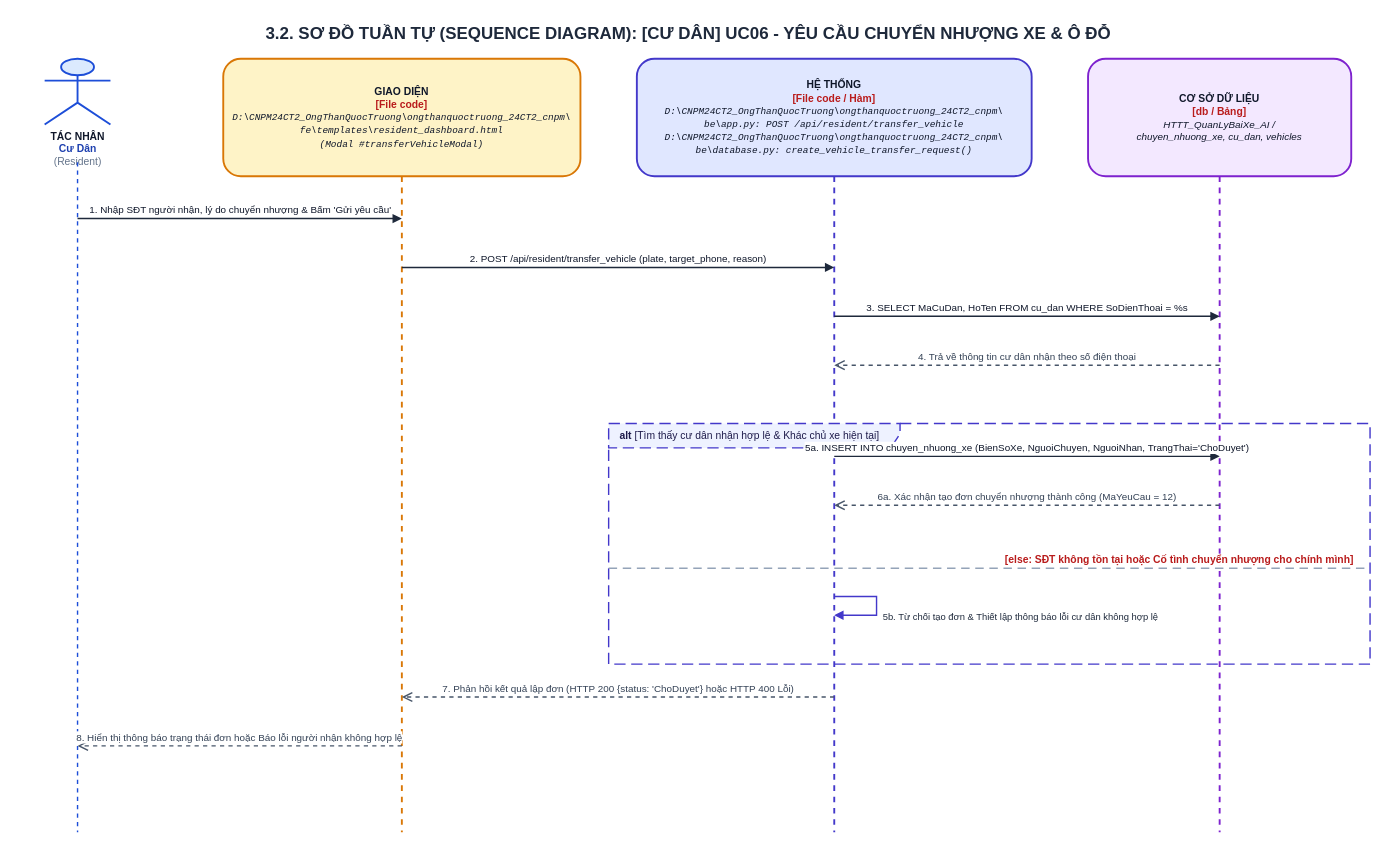
This is ongthanquoctruong_24CT2_cnpm/docs/drawio/uc06_resident_transfer_request.drawio from Truong027/CNPM24, a draw.io file, before an edit. Source tidied: cells renumbered, new cells numbered last; positions are measured from the earlier drawing's top-left corner, leaving out a move shared by most shapes. Both pictures are drawn from the tidied source at 94%, with x=0, y=0 at pixel (16, 16).
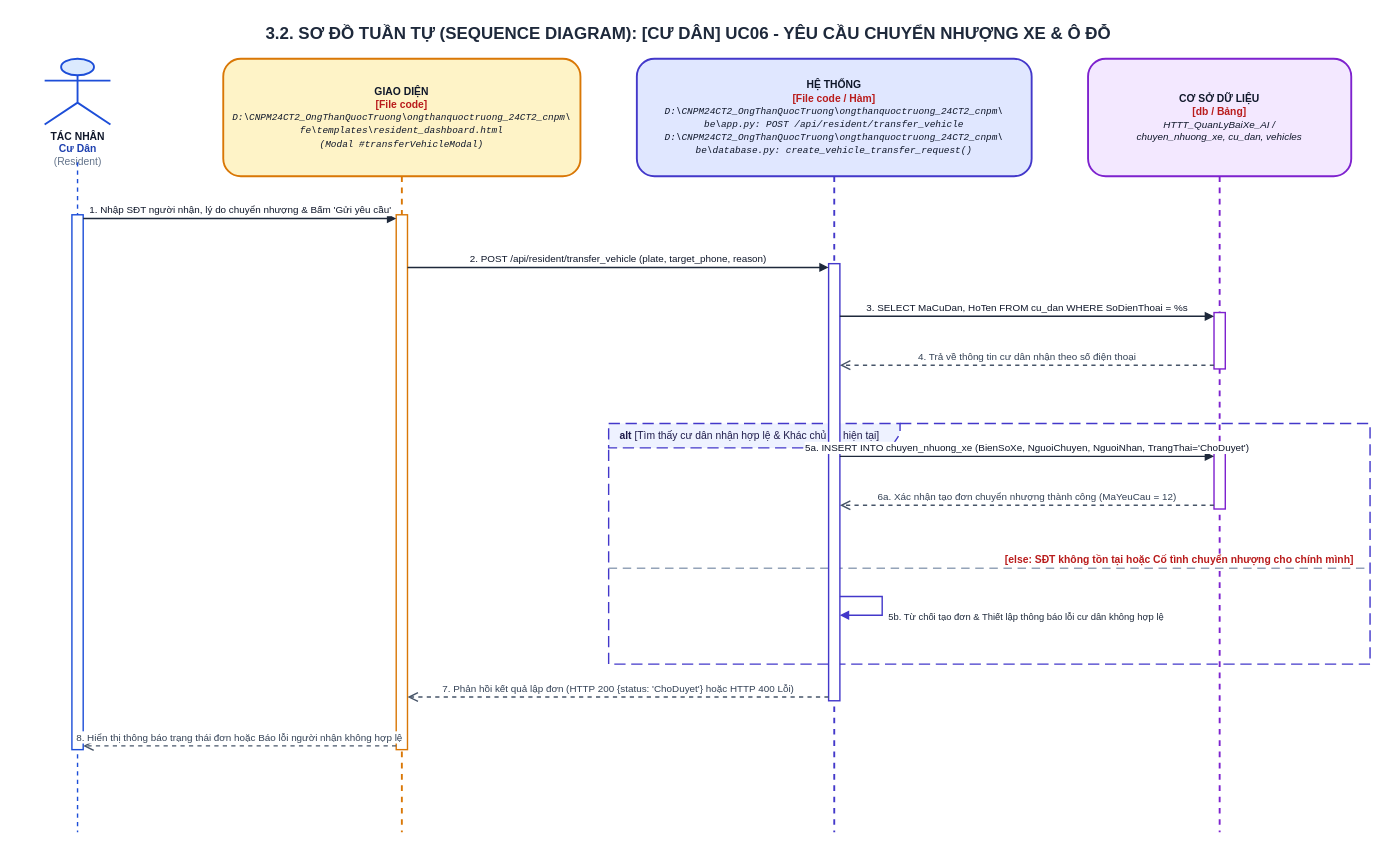
Above is the later version.

The edit, as a diff of the source:
```diff
@@
+    <mxCell id="12" value="&lt;b&gt;alt&lt;/b&gt; [Tìm thấy cư dân nhận hợp lệ &amp; Khác chủ xe hiện tại]" style="shape=umlFrame;whiteSpace=wrap;html=1;width=310;height=26;dashed=1;dashPattern=8 4;strokeColor=#4338CA;fillColor=#EEF2FF;strokeWidth=1.5;align=left;spacingLeft=10;verticalAlign=top;fontStyle=0;fontSize=11;fontColor=#1E1B4B;" parent="1" vertex="1">
+      <mxGeometry x="630" y="433" width="810" height="256" as="geometry" />
+    </mxCell>
+    <mxCell id="15" value="&lt;b&gt;[else: SĐT không tồn tại hoặc Cố tình chuyển nhượng cho chính mình]&lt;/b&gt;" style="html=1;strokeWidth=1.5;strokeColor=#94A3B8;dashed=1;dashPattern=6 4;endArrow=none;align=left;verticalAlign=bottom;spacingLeft=15;fontColor=#B91C1C;fontSize=11;fontStyle=0;" parent="1" edge="1">
+      <mxGeometry relative="1" as="geometry">
+        <mxPoint x="630" y="587" as="sourcePoint" />
+        <mxPoint x="1440" y="587" as="targetPoint" />
+      </mxGeometry>
+    </mxCell>
+    <mxCell id="19" style="html=1;perimeter=orthogonalPerimeter;targetShapes=umlLifeline;topToBottom=1;fillColor=#FFFFFF;strokeColor=#1D4ED8;strokeWidth=1.5;rounded=0;" parent="1" vertex="1">
+      <mxGeometry x="59" y="211" width="12" height="569" as="geometry" />
+    </mxCell>
+    <mxCell id="20" style="html=1;perimeter=orthogonalPerimeter;targetShapes=umlLifeline;topToBottom=1;fillColor=#FFFFFF;strokeColor=#D97706;strokeWidth=1.5;rounded=0;" parent="1" vertex="1">
+      <mxGeometry x="404" y="211" width="12" height="569" as="geometry" />
+    </mxCell>
+    <mxCell id="21" style="html=1;perimeter=orthogonalPerimeter;targetShapes=umlLifeline;topToBottom=1;fillColor=#FFFFFF;strokeColor=#4338CA;strokeWidth=1.5;rounded=0;" parent="1" vertex="1">
+      <mxGeometry x="864" y="263" width="12" height="465" as="geometry" />
+    </mxCell>
+    <mxCell id="22" style="html=1;perimeter=orthogonalPerimeter;targetShapes=umlLifeline;topToBottom=1;fillColor=#FFFFFF;strokeColor=#7E22CE;strokeWidth=1.5;rounded=0;" parent="1" vertex="1">
+      <mxGeometry x="1274" y="315" width="12" height="60" as="geometry" />
+    </mxCell>
+    <mxCell id="23" style="html=1;perimeter=orthogonalPerimeter;targetShapes=umlLifeline;topToBottom=1;fillColor=#FFFFFF;strokeColor=#7E22CE;strokeWidth=1.5;rounded=0;" parent="1" vertex="1">
+      <mxGeometry x="1274" y="464" width="12" height="60" as="geometry" />
+    </mxCell>
     <mxCell id="8" value="1. Nhập SĐT người nhận, lý do chuyển nhượng &amp; Bấm 'Gửi yêu cầu'" style="html=1;verticalAlign=bottom;endArrow=block;rounded=0;strokeColor=#1E293B;strokeWidth=1.5;fontColor=#0F172A;fontSize=10.5;" parent="1" edge="1">
       <mxGeometry relative="1" as="geometry">
-        <mxPoint x="65" y="215" as="sourcePoint" />
-        <mxPoint x="410" y="215" as="targetPoint" />
+        <mxPoint x="71" y="215" as="sourcePoint" />
+        <mxPoint x="404" y="215" as="targetPoint" />
       </mxGeometry>
     </mxCell>
     <mxCell id="9" value="2. POST /api/resident/transfer_vehicle (plate, target_phone, reason)" style="html=1;verticalAlign=bottom;endArrow=block;rounded=0;strokeColor=#1E293B;strokeWidth=1.5;fontColor=#0F172A;fontSize=10.5;" parent="1" edge="1">
       <mxGeometry relative="1" as="geometry">
-        <mxPoint x="410" y="267" as="sourcePoint" />
-        <mxPoint x="870" y="267" as="targetPoint" />
+        <mxPoint x="416" y="267" as="sourcePoint" />
+        <mxPoint x="864" y="267" as="targetPoint" />
       </mxGeometry>
     </mxCell>
     <mxCell id="10" value="3. SELECT MaCuDan, HoTen FROM cu_dan WHERE SoDienThoai = %s" style="html=1;verticalAlign=bottom;endArrow=block;rounded=0;strokeColor=#1E293B;strokeWidth=1.5;fontColor=#0F172A;fontSize=10.5;" parent="1" edge="1">
       <mxGeometry relative="1" as="geometry">
-        <mxPoint x="870" y="319" as="sourcePoint" />
-        <mxPoint x="1280" y="319" as="targetPoint" />
+        <mxPoint x="876" y="319" as="sourcePoint" />
+        <mxPoint x="1274" y="319" as="targetPoint" />
       </mxGeometry>
     </mxCell>
     <mxCell id="11" value="4. Trả về thông tin cư dân nhận theo số điện thoại" style="html=1;verticalAlign=bottom;endArrow=open;dashed=1;endSize=8;rounded=0;strokeColor=#475569;strokeWidth=1.5;fontColor=#334155;fontSize=10.5;" parent="1" edge="1">
       <mxGeometry relative="1" as="geometry">
-        <mxPoint x="1280" y="371" as="sourcePoint" />
-        <mxPoint x="870" y="371" as="targetPoint" />
+        <mxPoint x="1274" y="371" as="sourcePoint" />
+        <mxPoint x="876" y="371" as="targetPoint" />
       </mxGeometry>
     </mxCell>
-    <mxCell id="12" value="&lt;b&gt;alt&lt;/b&gt; [Tìm thấy cư dân nhận hợp lệ &amp; Khác chủ xe hiện tại]" style="shape=umlFrame;whiteSpace=wrap;html=1;width=310;height=26;dashed=1;dashPattern=8 4;strokeColor=#4338CA;fillColor=#EEF2FF;strokeWidth=1.5;align=left;spacingLeft=10;verticalAlign=top;fontStyle=0;fontSize=11;fontColor=#1E1B4B;" parent="1" vertex="1">
-      <mxGeometry x="630" y="433" width="810" height="256" as="geometry" />
-    </mxCell>
     <mxCell id="13" value="5a. INSERT INTO chuyen_nhuong_xe (BienSoXe, NguoiChuyen, NguoiNhan, TrangThai='ChoDuyet')" style="html=1;verticalAlign=bottom;endArrow=block;rounded=0;strokeColor=#1E293B;strokeWidth=1.5;fontColor=#0F172A;fontSize=10.5;" parent="1" edge="1">
       <mxGeometry relative="1" as="geometry">
-        <mxPoint x="870" y="468" as="sourcePoint" />
-        <mxPoint x="1280" y="468" as="targetPoint" />
+        <mxPoint x="876" y="468" as="sourcePoint" />
+        <mxPoint x="1274" y="468" as="targetPoint" />
       </mxGeometry>
     </mxCell>
     <mxCell id="14" value="6a. Xác nhận tạo đơn chuyển nhượng thành công (MaYeuCau = 12)" style="html=1;verticalAlign=bottom;endArrow=open;dashed=1;endSize=8;rounded=0;strokeColor=#475569;strokeWidth=1.5;fontColor=#334155;fontSize=10.5;" parent="1" edge="1">
       <mxGeometry relative="1" as="geometry">
-        <mxPoint x="1280" y="520" as="sourcePoint" />
-        <mxPoint x="870" y="520" as="targetPoint" />
+        <mxPoint x="1274" y="520" as="sourcePoint" />
+        <mxPoint x="876" y="520" as="targetPoint" />
       </mxGeometry>
     </mxCell>
-    <mxCell id="15" value="&lt;b&gt;[else: SĐT không tồn tại hoặc Cố tình chuyển nhượng cho chính mình]&lt;/b&gt;" style="html=1;strokeWidth=1.5;strokeColor=#94A3B8;dashed=1;dashPattern=6 4;endArrow=none;align=left;verticalAlign=bottom;spacingLeft=15;fontColor=#B91C1C;fontSize=11;fontStyle=0;" parent="1" edge="1">
-      <mxGeometry relative="1" as="geometry">
-        <mxPoint x="630" y="587" as="sourcePoint" />
-        <mxPoint x="1440" y="587" as="targetPoint" />
-      </mxGeometry>
-    </mxCell>
     <mxCell id="16" value="5b. Từ chối tạo đơn &amp; Thiết lập thông báo lỗi cư dân không hợp lệ" style="html=1;align=left;spacingLeft=5;verticalAlign=top;endArrow=block;rounded=0;edgeStyle=orthogonalEdgeStyle;curved=0;strokeColor=#4338CA;strokeWidth=1.5;fontColor=#1E293B;fontSize=10;" parent="1" edge="1">
       <mxGeometry relative="1" as="geometry">
-        <mxPoint x="870" y="617" as="sourcePoint" />
-        <mxPoint x="870" y="637" as="targetPoint" />
+        <mxPoint x="876" y="617" as="sourcePoint" />
+        <mxPoint x="876" y="637" as="targetPoint" />
         <Array as="points">
-          <mxPoint x="915" y="617" />
-          <mxPoint x="915" y="637" />
+          <mxPoint x="921" y="617" />
+          <mxPoint x="921" y="637" />
         </Array>
       </mxGeometry>
     </mxCell>
     <mxCell id="17" value="7. Phản hồi kết quả lập đơn (HTTP 200 {status: 'ChoDuyet'} hoặc HTTP 400 Lỗi)" style="html=1;verticalAlign=bottom;endArrow=open;dashed=1;endSize=8;rounded=0;strokeColor=#475569;strokeWidth=1.5;fontColor=#334155;fontSize=10.5;" parent="1" edge="1">
       <mxGeometry relative="1" as="geometry">
-        <mxPoint x="870" y="724" as="sourcePoint" />
-        <mxPoint x="410" y="724" as="targetPoint" />
+        <mxPoint x="864" y="724" as="sourcePoint" />
+        <mxPoint x="416" y="724" as="targetPoint" />
       </mxGeometry>
     </mxCell>
     <mxCell id="18" value="8. Hiển thị thông báo trạng thái đơn hoặc Báo lỗi người nhận không hợp lệ" style="html=1;verticalAlign=bottom;endArrow=open;dashed=1;endSize=8;rounded=0;strokeColor=#475569;strokeWidth=1.5;fontColor=#334155;fontSize=10.5;" parent="1" edge="1">
       <mxGeometry relative="1" as="geometry">
-        <mxPoint x="410" y="776" as="sourcePoint" />
-        <mxPoint x="65" y="776" as="targetPoint" />
+        <mxPoint x="404" y="776" as="sourcePoint" />
+        <mxPoint x="71" y="776" as="targetPoint" />
       </mxGeometry>
     </mxCell>
```
